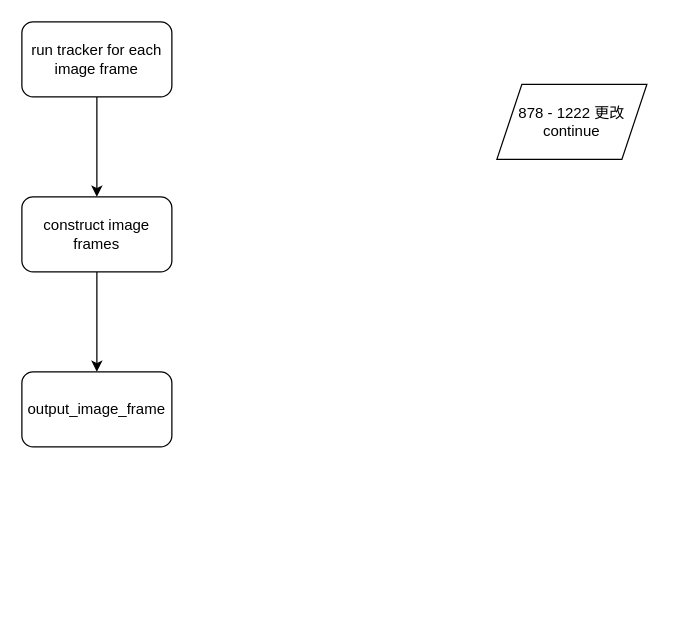
Above: deepsort_tracker.drawio in YueChuCheng/Wayside_draw (draw.io), before the change. Source tidied: cells renumbered, new cells numbered last; positions are measured from the earlier drawing's top-left corner, leaving out a move shared by most shapes. Both pictures are drawn from the tidied source at 125%, with x=0, y=0 at pixel (21, 21).
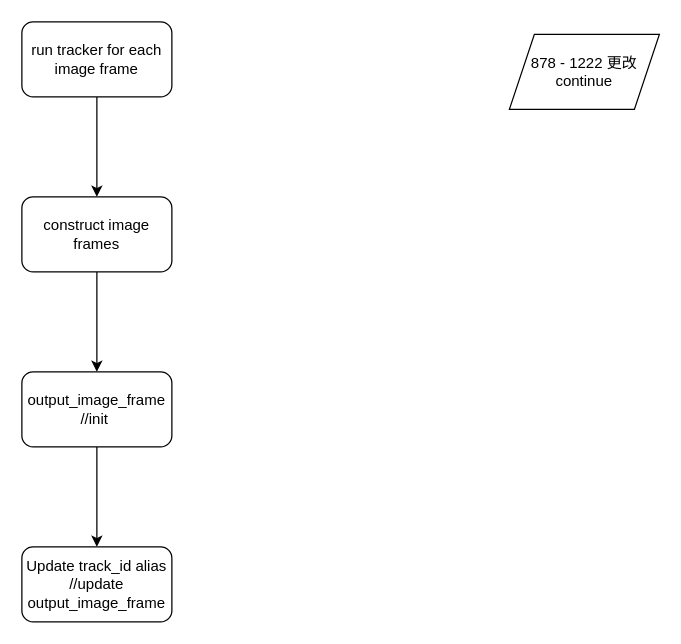
Above is the later version.

What changed in the source:
```diff
@@
 <mxGraphModel>
   <root>
     <mxCell id="0" />
     <mxCell id="1" parent="0" />
     <mxCell id="2" style="edgeStyle=orthogonalEdgeStyle;rounded=0;jettySize=auto;html=1;" parent="1" edge="1" source="3" target="5">
       <mxGeometry relative="1" as="geometry" />
     </mxCell>
     <mxCell id="3" value="run tracker for each image frame" style="rounded=1;whiteSpace=wrap;html=1;" parent="1" vertex="1">
       <mxGeometry width="120" height="60" as="geometry" />
     </mxCell>
     <mxCell id="4" style="edgeStyle=orthogonalEdgeStyle;rounded=0;jettySize=auto;html=1;" parent="1" edge="1" source="5" target="6">
       <mxGeometry relative="1" as="geometry" />
     </mxCell>
     <mxCell id="5" value="construct image frames" style="whiteSpace=wrap;html=1;rounded=1;" parent="1" vertex="1">
       <mxGeometry y="140" width="120" height="60" as="geometry" />
     </mxCell>
+    <mxCell id="8" style="edgeStyle=orthogonalEdgeStyle;rounded=0;jettySize=auto;html=1;" parent="1" edge="1" source="6" target="9">
+      <mxGeometry relative="1" as="geometry" />
+    </mxCell>
-    <mxCell id="6" value="output_image_frame" style="whiteSpace=wrap;html=1;rounded=1;" parent="1" vertex="1">
+    <mxCell id="6" value="output_image_frame&lt;br&gt;//init&amp;nbsp;" style="whiteSpace=wrap;html=1;rounded=1;" parent="1" vertex="1">
       <mxGeometry y="280" width="120" height="60" as="geometry" />
     </mxCell>
     <mxCell id="7" value="878 - 1222 更改continue" style="shape=parallelogram;perimeter=parallelogramPerimeter;whiteSpace=wrap;html=1;fixedSize=1;" parent="1" vertex="1">
-      <mxGeometry x="380" y="50" width="120" height="60" as="geometry" />
+      <mxGeometry x="390" y="10" width="120" height="60" as="geometry" />
     </mxCell>
+    <mxCell id="9" value="Update track_id alias&lt;br&gt;//update output_image_frame&lt;br&gt;" style="whiteSpace=wrap;html=1;rounded=1;" parent="1" vertex="1">
+      <mxGeometry y="420" width="120" height="60" as="geometry" />
+    </mxCell>
   </root>
 </mxGraphModel>
```
